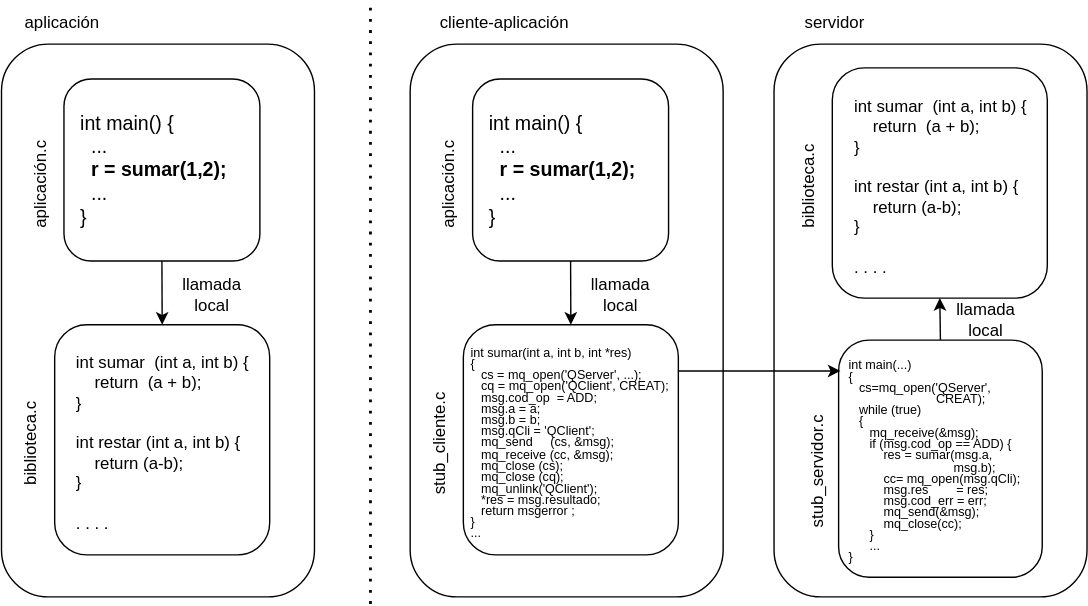
This is transparencias/ssdd_rpc/ssdd_rpc_drawio_10.svg from acaldero/uc3m_sd, a draw.io export, as it was before one commit. Source tidied: cells renumbered, new cells last; positions are measured from the earlier drawing's top-left corner, leaving out a move shared by most shapes.
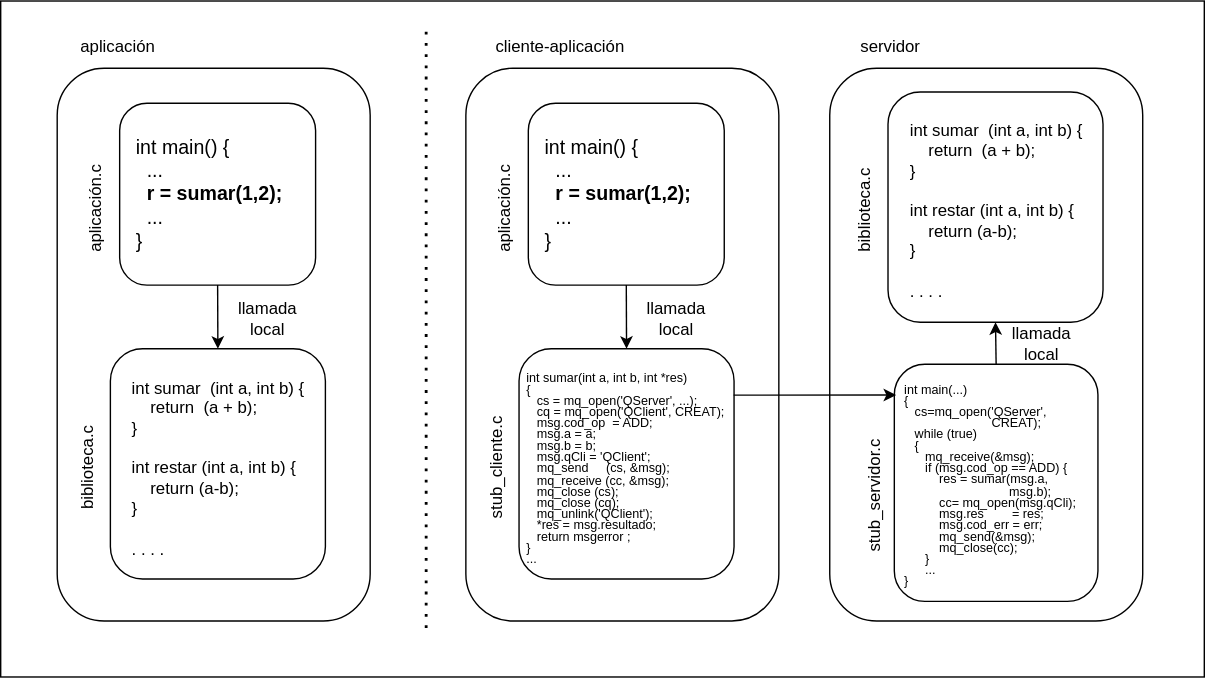
Above is the later version.

What changed in the source:
```diff
@@ -2,6 +2,9 @@
   <root>
     <mxCell id="0" />
     <mxCell id="1" parent="0" />
+    <mxCell id="34" style="rounded=0;whiteSpace=wrap;html=1;" parent="1" vertex="1">
+      <mxGeometry x="-32" y="-18" width="860" height="483" as="geometry" />
+    </mxCell>
     <mxCell id="2" style="rounded=1;whiteSpace=wrap;html=1;fillColor=default;" parent="1" vertex="1">
       <mxGeometry x="8.4" y="30" width="223.6" height="395" as="geometry" />
     </mxCell>
```
